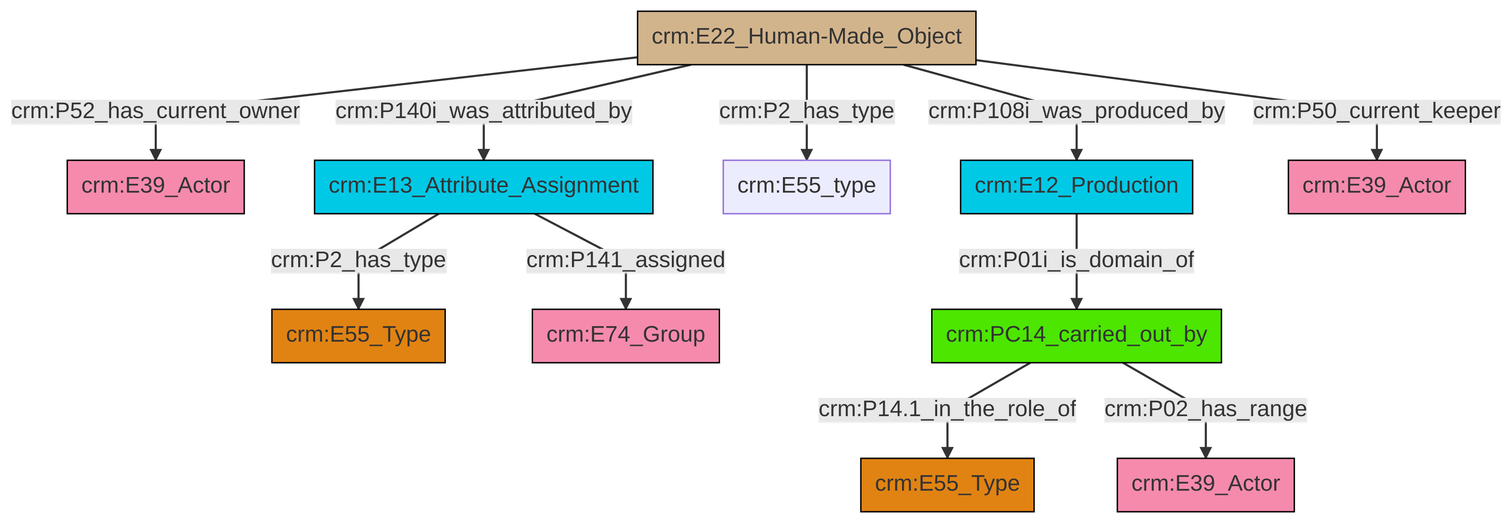
Before: et/artworkCSV/ttl/mmd/png/Artwork_Actor_Relations.png, a diagram exported from Mermaid (swiss-art-research-net/docs.swissartresearch). Its source is kept beside it as et/artworkCSV/ttl/mmd/Artwork_Actor_Relations.ttl.mmd.
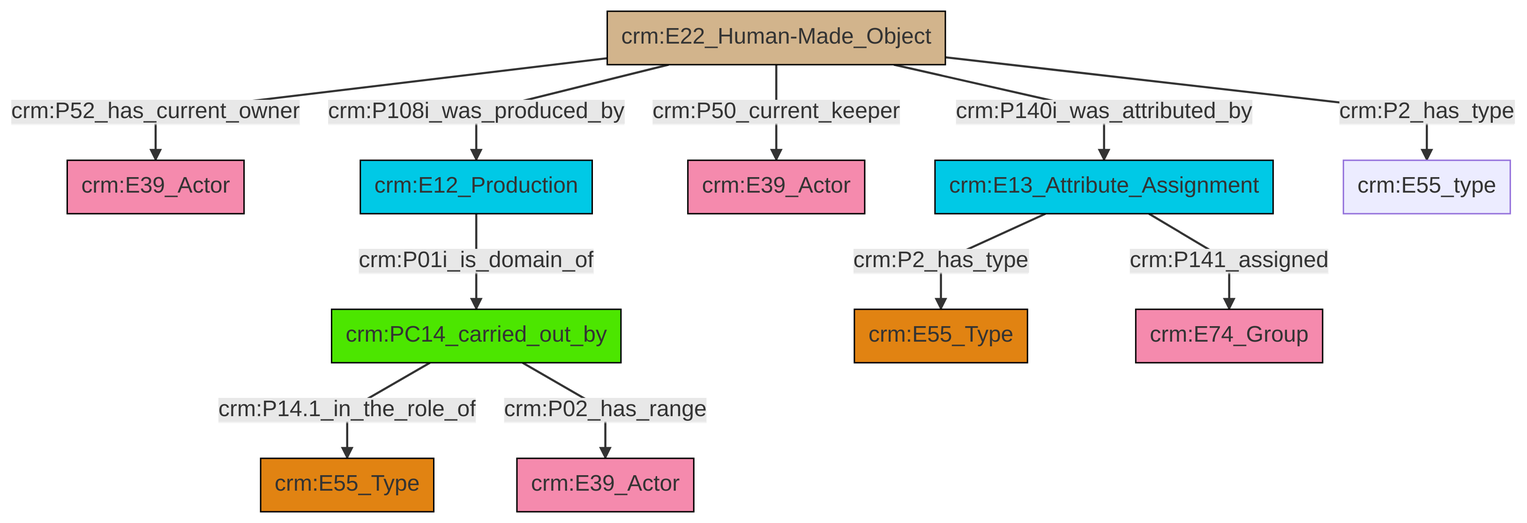
Later version of the same file.

Diff of the diagram source:
```diff
@@ -13,13 +13,13 @@
 classDef PC_Classes fill:#4ce600, stroke:#000000;
 classDef Multi fill:#cccccc,stroke:#000000;
 
-0["crm:E13_Attribute_Assignment"]:::Temporal_Entity -->|crm:P2_has_type| 1["crm:E55_Type"]:::Type
-2["crm:E22_Human-Made_Object"]:::Physical_Thing -->|crm:P52_has_current_owner| 3["crm:E39_Actor"]:::Actor
-4["crm:E12_Production"]:::Temporal_Entity -->|crm:P01i_is_domain_of| 5["crm:PC14_carried_out_by"]:::PC_Classes
-5["crm:PC14_carried_out_by"]:::PC_Classes -->|crm:P14.1_in_the_role_of| 6["crm:E55_Type"]:::Type
-5["crm:PC14_carried_out_by"]:::PC_Classes -->|crm:P02_has_range| 8["crm:E39_Actor"]:::Actor
-2["crm:E22_Human-Made_Object"]:::Physical_Thing -->|crm:P140i_was_attributed_by| 0["crm:E13_Attribute_Assignment"]:::Temporal_Entity
-2["crm:E22_Human-Made_Object"]:::Physical_Thing -->|crm:P2_has_type| 14["crm:E55_type"]:::Default
-0["crm:E13_Attribute_Assignment"]:::Temporal_Entity -->|crm:P141_assigned| 12["crm:E74_Group"]:::Actor
-2["crm:E22_Human-Made_Object"]:::Physical_Thing -->|crm:P108i_was_produced_by| 4["crm:E12_Production"]:::Temporal_Entity
-2["crm:E22_Human-Made_Object"]:::Physical_Thing -->|crm:P50_current_keeper| 19["crm:E39_Actor"]:::Actor
+0["crm:E13_Attribute_Assignment"]:::Temporal_Entity -->|crm:P2_has_type| 6["crm:E55_Type"]:::Type
+7["crm:E22_Human-Made_Object"]:::Physical_Thing -->|crm:P52_has_current_owner| 8["crm:E39_Actor"]:::Actor
+7["crm:E22_Human-Made_Object"]:::Physical_Thing -->|crm:P108i_was_produced_by| 10["crm:E12_Production"]:::Temporal_Entity
+11["crm:PC14_carried_out_by"]:::PC_Classes -->|crm:P14.1_in_the_role_of| 12["crm:E55_Type"]:::Type
+0["crm:E13_Attribute_Assignment"]:::Temporal_Entity -->|crm:P141_assigned| 13["crm:E74_Group"]:::Actor
+7["crm:E22_Human-Made_Object"]:::Physical_Thing -->|crm:P50_current_keeper| 4["crm:E39_Actor"]:::Actor
+10["crm:E12_Production"]:::Temporal_Entity -->|crm:P01i_is_domain_of| 11["crm:PC14_carried_out_by"]:::PC_Classes
+7["crm:E22_Human-Made_Object"]:::Physical_Thing -->|crm:P140i_was_attributed_by| 0["crm:E13_Attribute_Assignment"]:::Temporal_Entity
+11["crm:PC14_carried_out_by"]:::PC_Classes -->|crm:P02_has_range| 21["crm:E39_Actor"]:::Actor
+7["crm:E22_Human-Made_Object"]:::Physical_Thing -->|crm:P2_has_type| 2["crm:E55_type"]:::Default
```
